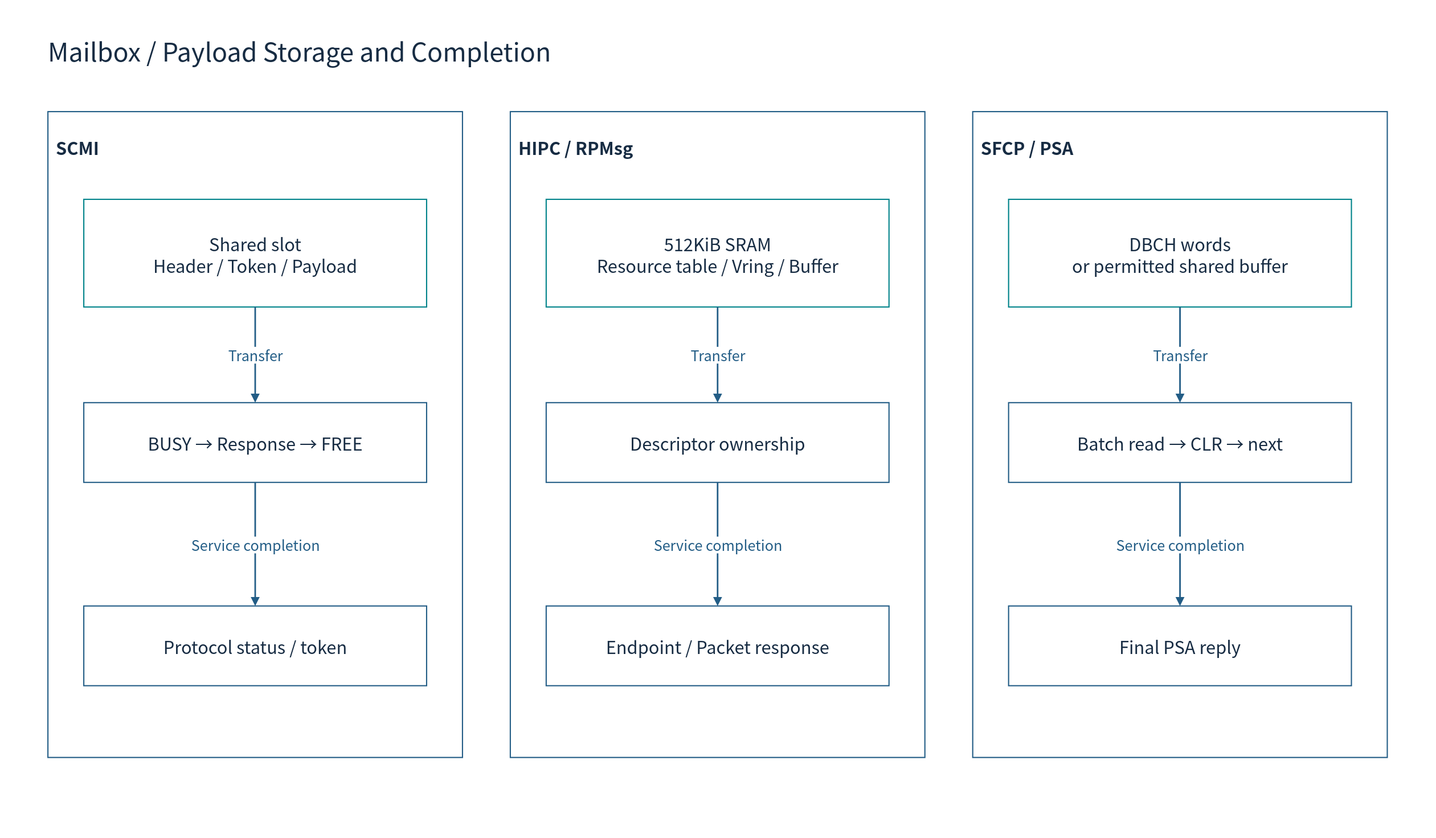
Earlier version of the draw.io export doc/phase1/mailbox/diagrams/07-shared-memory.drawio.svg (cometzero/project-apollo). Source tidied: cells renumbered, new cells last; positions are measured from the earlier drawing's top-left corner, leaving out a move shared by most shapes.
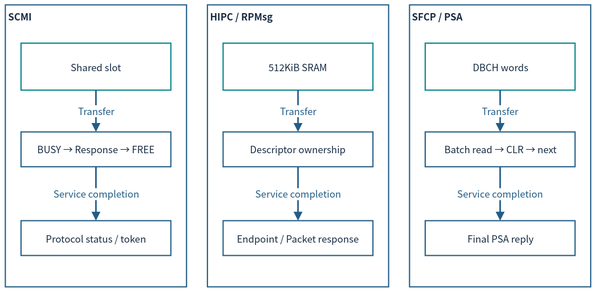
The same diagram one commit later.

Change to the diagram source:
```diff
@@ -2,64 +2,58 @@
   <root>
     <mxCell id="0" />
     <mxCell id="1" parent="0" />
-    <mxCell id="2" style="rounded=0;whiteSpace=wrap;html=1;fillColor=#FFFFFF;strokeColor=none;strokeWidth=1.5;fontColor=#172C43;fontFamily=Noto Sans CJK KR;fontSize=22;spacing=10;" parent="1" vertex="1">
-      <mxGeometry width="1800" height="1050" as="geometry" />
-    </mxCell>
-    <mxCell id="3" value="Mailbox / Payload Storage and Completion" style="rounded=0;whiteSpace=wrap;html=1;fillColor=#FFFFFF;strokeColor=none;strokeWidth=1.5;fontColor=#172C43;fontFamily=Noto Sans CJK KR;fontSize=22;spacing=10;fontSize=32;align=left;" parent="1" vertex="1">
-      <mxGeometry x="50" y="30" width="1700" height="65" as="geometry" />
-    </mxCell>
-    <mxCell id="4" value="SCMI" style="rounded=0;whiteSpace=wrap;html=1;fillColor=#FFFFFF;strokeColor=#235D86;strokeWidth=1.5;fontColor=#172C43;fontFamily=Noto Sans CJK KR;fontSize=22;spacing=10;verticalAlign=top;fontStyle=1;spacingTop=16;align=left;" parent="1" vertex="1">
-      <mxGeometry x="60" y="140" width="520" height="810" as="geometry" />
+    <mxCell id="4" value="SCMI" style="rounded=0;whiteSpace=wrap;html=1;fillColor=#FFFFFF;strokeColor=#235D86;strokeWidth=1.5;fontColor=#172C43;fontFamily=Noto Sans CJK KR;verticalAlign=top;fontStyle=1;align=left;fontSize=12;spacing=3;whiteSpace=wrap;" parent="1" vertex="1">
+      <mxGeometry x="18.6" y="25.1" width="227" height="353.6" as="geometry" />
     </mxCell>
-    <mxCell id="5" value="Shared slot&lt;br&gt;Header / Token / Payload" style="rounded=0;whiteSpace=wrap;html=1;fillColor=#FFFFFF;strokeColor=#00838A;strokeWidth=1.5;fontColor=#172C43;fontFamily=Noto Sans CJK KR;fontSize=22;spacing=10;" parent="4" vertex="1">
-      <mxGeometry x="45" y="110" width="430" height="135" as="geometry" />
+    <mxCell id="5" value="Shared slot" style="rounded=0;whiteSpace=wrap;html=1;fillColor=#FFFFFF;strokeColor=#00838A;strokeWidth=1.5;fontColor=#172C43;fontFamily=Noto Sans CJK KR;fontSize=12;spacing=3;whiteSpace=wrap;" parent="4" vertex="1">
+      <mxGeometry x="19.6" y="48" width="187.7" height="58.9" as="geometry" />
     </mxCell>
-    <mxCell id="6" value="BUSY → Response → FREE" style="rounded=0;whiteSpace=wrap;html=1;fillColor=#FFFFFF;strokeColor=#235D86;strokeWidth=1.5;fontColor=#172C43;fontFamily=Noto Sans CJK KR;fontSize=22;spacing=10;" parent="4" vertex="1">
-      <mxGeometry x="45" y="365" width="430" height="100" as="geometry" />
+    <mxCell id="6" value="BUSY → Response → FREE" style="rounded=0;whiteSpace=wrap;html=1;fillColor=#FFFFFF;strokeColor=#235D86;strokeWidth=1.5;fontColor=#172C43;fontFamily=Noto Sans CJK KR;fontSize=12;spacing=3;whiteSpace=wrap;" parent="4" vertex="1">
+      <mxGeometry x="19.6" y="159.3" width="187.7" height="43.7" as="geometry" />
     </mxCell>
-    <mxCell id="7" value="Protocol status / token" style="rounded=0;whiteSpace=wrap;html=1;fillColor=#FFFFFF;strokeColor=#235D86;strokeWidth=1.5;fontColor=#172C43;fontFamily=Noto Sans CJK KR;fontSize=22;spacing=10;" parent="4" vertex="1">
-      <mxGeometry x="45" y="620" width="430" height="100" as="geometry" />
+    <mxCell id="7" value="Protocol status / token" style="rounded=0;whiteSpace=wrap;html=1;fillColor=#FFFFFF;strokeColor=#235D86;strokeWidth=1.5;fontColor=#172C43;fontFamily=Noto Sans CJK KR;fontSize=12;spacing=3;whiteSpace=wrap;" parent="4" vertex="1">
+      <mxGeometry x="19.6" y="270.7" width="187.7" height="43.7" as="geometry" />
     </mxCell>
-    <mxCell id="8" value="Transfer" style="edgeStyle=orthogonalEdgeStyle;rounded=0;html=1;endArrow=block;endFill=1;strokeWidth=2;strokeColor=#235D86;fontColor=#235D86;fontFamily=Noto Sans CJK KR;fontSize=18;labelBackgroundColor=#FFFFFF;exitX=0.5;exitY=1;entryX=0.5;entryY=0;" parent="1" edge="1" source="5" target="6">
+    <mxCell id="8" value="Transfer" style="edgeStyle=orthogonalEdgeStyle;rounded=0;html=1;endArrow=block;endFill=1;strokeWidth=2;strokeColor=#235D86;fontColor=#235D86;fontFamily=Noto Sans CJK KR;labelBackgroundColor=#FFFFFF;exitX=0.5;exitY=1;entryX=0.5;entryY=0;fontSize=12;spacing=3;whiteSpace=nowrap;" parent="1" edge="1" source="5" target="6">
       <mxGeometry relative="1" as="geometry" />
     </mxCell>
-    <mxCell id="9" value="Service completion" style="edgeStyle=orthogonalEdgeStyle;rounded=0;html=1;endArrow=block;endFill=1;strokeWidth=2;strokeColor=#235D86;fontColor=#235D86;fontFamily=Noto Sans CJK KR;fontSize=18;labelBackgroundColor=#FFFFFF;exitX=0.5;exitY=1;entryX=0.5;entryY=0;" parent="1" edge="1" source="6" target="7">
+    <mxCell id="9" value="Service completion" style="edgeStyle=orthogonalEdgeStyle;rounded=0;html=1;endArrow=block;endFill=1;strokeWidth=2;strokeColor=#235D86;fontColor=#235D86;fontFamily=Noto Sans CJK KR;labelBackgroundColor=#FFFFFF;exitX=0.5;exitY=1;entryX=0.5;entryY=0;fontSize=12;spacing=3;whiteSpace=nowrap;" parent="1" edge="1" source="6" target="7">
       <mxGeometry relative="1" as="geometry" />
     </mxCell>
-    <mxCell id="10" value="HIPC / RPMsg" style="rounded=0;whiteSpace=wrap;html=1;fillColor=#FFFFFF;strokeColor=#235D86;strokeWidth=1.5;fontColor=#172C43;fontFamily=Noto Sans CJK KR;fontSize=22;spacing=10;verticalAlign=top;fontStyle=1;spacingTop=16;align=left;" parent="1" vertex="1">
-      <mxGeometry x="640" y="140" width="520" height="810" as="geometry" />
+    <mxCell id="10" value="HIPC / RPMsg" style="rounded=0;whiteSpace=wrap;html=1;fillColor=#FFFFFF;strokeColor=#235D86;strokeWidth=1.5;fontColor=#172C43;fontFamily=Noto Sans CJK KR;verticalAlign=top;fontStyle=1;align=left;fontSize=12;spacing=3;whiteSpace=wrap;" parent="1" vertex="1">
+      <mxGeometry x="271.8" y="25.1" width="227" height="353.6" as="geometry" />
     </mxCell>
-    <mxCell id="11" value="512KiB SRAM&lt;br&gt;Resource table / Vring / Buffer" style="rounded=0;whiteSpace=wrap;html=1;fillColor=#FFFFFF;strokeColor=#00838A;strokeWidth=1.5;fontColor=#172C43;fontFamily=Noto Sans CJK KR;fontSize=22;spacing=10;" parent="10" vertex="1">
-      <mxGeometry x="45" y="110" width="430" height="135" as="geometry" />
+    <mxCell id="11" value="512KiB SRAM" style="rounded=0;whiteSpace=wrap;html=1;fillColor=#FFFFFF;strokeColor=#00838A;strokeWidth=1.5;fontColor=#172C43;fontFamily=Noto Sans CJK KR;fontSize=12;spacing=3;whiteSpace=wrap;" parent="10" vertex="1">
+      <mxGeometry x="19.6" y="48" width="187.7" height="58.9" as="geometry" />
     </mxCell>
-    <mxCell id="12" value="Descriptor ownership" style="rounded=0;whiteSpace=wrap;html=1;fillColor=#FFFFFF;strokeColor=#235D86;strokeWidth=1.5;fontColor=#172C43;fontFamily=Noto Sans CJK KR;fontSize=22;spacing=10;" parent="10" vertex="1">
-      <mxGeometry x="45" y="365" width="430" height="100" as="geometry" />
+    <mxCell id="12" value="Descriptor ownership" style="rounded=0;whiteSpace=wrap;html=1;fillColor=#FFFFFF;strokeColor=#235D86;strokeWidth=1.5;fontColor=#172C43;fontFamily=Noto Sans CJK KR;fontSize=12;spacing=3;whiteSpace=wrap;" parent="10" vertex="1">
+      <mxGeometry x="19.6" y="159.3" width="187.7" height="43.7" as="geometry" />
     </mxCell>
-    <mxCell id="13" value="Endpoint / Packet response" style="rounded=0;whiteSpace=wrap;html=1;fillColor=#FFFFFF;strokeColor=#235D86;strokeWidth=1.5;fontColor=#172C43;fontFamily=Noto Sans CJK KR;fontSize=22;spacing=10;" parent="10" vertex="1">
-      <mxGeometry x="45" y="620" width="430" height="100" as="geometry" />
+    <mxCell id="13" value="Endpoint / Packet response" style="rounded=0;whiteSpace=wrap;html=1;fillColor=#FFFFFF;strokeColor=#235D86;strokeWidth=1.5;fontColor=#172C43;fontFamily=Noto Sans CJK KR;fontSize=12;spacing=3;whiteSpace=wrap;" parent="10" vertex="1">
+      <mxGeometry x="19.6" y="270.7" width="187.7" height="43.7" as="geometry" />
     </mxCell>
-    <mxCell id="14" value="Transfer" style="edgeStyle=orthogonalEdgeStyle;rounded=0;html=1;endArrow=block;endFill=1;strokeWidth=2;strokeColor=#235D86;fontColor=#235D86;fontFamily=Noto Sans CJK KR;fontSize=18;labelBackgroundColor=#FFFFFF;exitX=0.5;exitY=1;entryX=0.5;entryY=0;" parent="1" edge="1" source="11" target="12">
+    <mxCell id="14" value="Transfer" style="edgeStyle=orthogonalEdgeStyle;rounded=0;html=1;endArrow=block;endFill=1;strokeWidth=2;strokeColor=#235D86;fontColor=#235D86;fontFamily=Noto Sans CJK KR;labelBackgroundColor=#FFFFFF;exitX=0.5;exitY=1;entryX=0.5;entryY=0;fontSize=12;spacing=3;whiteSpace=nowrap;" parent="1" edge="1" source="11" target="12">
       <mxGeometry relative="1" as="geometry" />
     </mxCell>
-    <mxCell id="15" value="Service completion" style="edgeStyle=orthogonalEdgeStyle;rounded=0;html=1;endArrow=block;endFill=1;strokeWidth=2;strokeColor=#235D86;fontColor=#235D86;fontFamily=Noto Sans CJK KR;fontSize=18;labelBackgroundColor=#FFFFFF;exitX=0.5;exitY=1;entryX=0.5;entryY=0;" parent="1" edge="1" source="12" target="13">
+    <mxCell id="15" value="Service completion" style="edgeStyle=orthogonalEdgeStyle;rounded=0;html=1;endArrow=block;endFill=1;strokeWidth=2;strokeColor=#235D86;fontColor=#235D86;fontFamily=Noto Sans CJK KR;labelBackgroundColor=#FFFFFF;exitX=0.5;exitY=1;entryX=0.5;entryY=0;fontSize=12;spacing=3;whiteSpace=nowrap;" parent="1" edge="1" source="12" target="13">
       <mxGeometry relative="1" as="geometry" />
     </mxCell>
-    <mxCell id="16" value="SFCP / PSA" style="rounded=0;whiteSpace=wrap;html=1;fillColor=#FFFFFF;strokeColor=#235D86;strokeWidth=1.5;fontColor=#172C43;fontFamily=Noto Sans CJK KR;fontSize=22;spacing=10;verticalAlign=top;fontStyle=1;spacingTop=16;align=left;" parent="1" vertex="1">
-      <mxGeometry x="1220" y="140" width="520" height="810" as="geometry" />
+    <mxCell id="16" value="SFCP / PSA" style="rounded=0;whiteSpace=wrap;html=1;fillColor=#FFFFFF;strokeColor=#235D86;strokeWidth=1.5;fontColor=#172C43;fontFamily=Noto Sans CJK KR;verticalAlign=top;fontStyle=1;align=left;fontSize=12;spacing=3;whiteSpace=wrap;" parent="1" vertex="1">
+      <mxGeometry x="525" y="25.1" width="227" height="353.6" as="geometry" />
     </mxCell>
-    <mxCell id="17" value="DBCH words&lt;br&gt;or permitted shared buffer" style="rounded=0;whiteSpace=wrap;html=1;fillColor=#FFFFFF;strokeColor=#00838A;strokeWidth=1.5;fontColor=#172C43;fontFamily=Noto Sans CJK KR;fontSize=22;spacing=10;" parent="16" vertex="1">
-      <mxGeometry x="45" y="110" width="430" height="135" as="geometry" />
+    <mxCell id="17" value="DBCH words" style="rounded=0;whiteSpace=wrap;html=1;fillColor=#FFFFFF;strokeColor=#00838A;strokeWidth=1.5;fontColor=#172C43;fontFamily=Noto Sans CJK KR;fontSize=12;spacing=3;whiteSpace=wrap;" parent="16" vertex="1">
+      <mxGeometry x="19.6" y="48" width="187.7" height="58.9" as="geometry" />
     </mxCell>
-    <mxCell id="18" value="Batch read → CLR → next" style="rounded=0;whiteSpace=wrap;html=1;fillColor=#FFFFFF;strokeColor=#235D86;strokeWidth=1.5;fontColor=#172C43;fontFamily=Noto Sans CJK KR;fontSize=22;spacing=10;" parent="16" vertex="1">
-      <mxGeometry x="45" y="365" width="430" height="100" as="geometry" />
+    <mxCell id="18" value="Batch read → CLR → next" style="rounded=0;whiteSpace=wrap;html=1;fillColor=#FFFFFF;strokeColor=#235D86;strokeWidth=1.5;fontColor=#172C43;fontFamily=Noto Sans CJK KR;fontSize=12;spacing=3;whiteSpace=wrap;" parent="16" vertex="1">
+      <mxGeometry x="19.6" y="159.3" width="187.7" height="43.7" as="geometry" />
     </mxCell>
-    <mxCell id="19" value="Final PSA reply" style="rounded=0;whiteSpace=wrap;html=1;fillColor=#FFFFFF;strokeColor=#235D86;strokeWidth=1.5;fontColor=#172C43;fontFamily=Noto Sans CJK KR;fontSize=22;spacing=10;" parent="16" vertex="1">
-      <mxGeometry x="45" y="620" width="430" height="100" as="geometry" />
+    <mxCell id="19" value="Final PSA reply" style="rounded=0;whiteSpace=wrap;html=1;fillColor=#FFFFFF;strokeColor=#235D86;strokeWidth=1.5;fontColor=#172C43;fontFamily=Noto Sans CJK KR;fontSize=12;spacing=3;whiteSpace=wrap;" parent="16" vertex="1">
+      <mxGeometry x="19.6" y="270.7" width="187.7" height="43.7" as="geometry" />
     </mxCell>
-    <mxCell id="20" value="Transfer" style="edgeStyle=orthogonalEdgeStyle;rounded=0;html=1;endArrow=block;endFill=1;strokeWidth=2;strokeColor=#235D86;fontColor=#235D86;fontFamily=Noto Sans CJK KR;fontSize=18;labelBackgroundColor=#FFFFFF;exitX=0.5;exitY=1;entryX=0.5;entryY=0;" parent="1" edge="1" source="17" target="18">
+    <mxCell id="20" value="Transfer" style="edgeStyle=orthogonalEdgeStyle;rounded=0;html=1;endArrow=block;endFill=1;strokeWidth=2;strokeColor=#235D86;fontColor=#235D86;fontFamily=Noto Sans CJK KR;labelBackgroundColor=#FFFFFF;exitX=0.5;exitY=1;entryX=0.5;entryY=0;fontSize=12;spacing=3;whiteSpace=nowrap;" parent="1" edge="1" source="17" target="18">
       <mxGeometry relative="1" as="geometry" />
     </mxCell>
-    <mxCell id="21" value="Service completion" style="edgeStyle=orthogonalEdgeStyle;rounded=0;html=1;endArrow=block;endFill=1;strokeWidth=2;strokeColor=#235D86;fontColor=#235D86;fontFamily=Noto Sans CJK KR;fontSize=18;labelBackgroundColor=#FFFFFF;exitX=0.5;exitY=1;entryX=0.5;entryY=0;" parent="1" edge="1" source="18" target="19">
+    <mxCell id="21" value="Service completion" style="edgeStyle=orthogonalEdgeStyle;rounded=0;html=1;endArrow=block;endFill=1;strokeWidth=2;strokeColor=#235D86;fontColor=#235D86;fontFamily=Noto Sans CJK KR;labelBackgroundColor=#FFFFFF;exitX=0.5;exitY=1;entryX=0.5;entryY=0;fontSize=12;spacing=3;whiteSpace=nowrap;" parent="1" edge="1" source="18" target="19">
       <mxGeometry relative="1" as="geometry" />
     </mxCell>
   </root>
```
